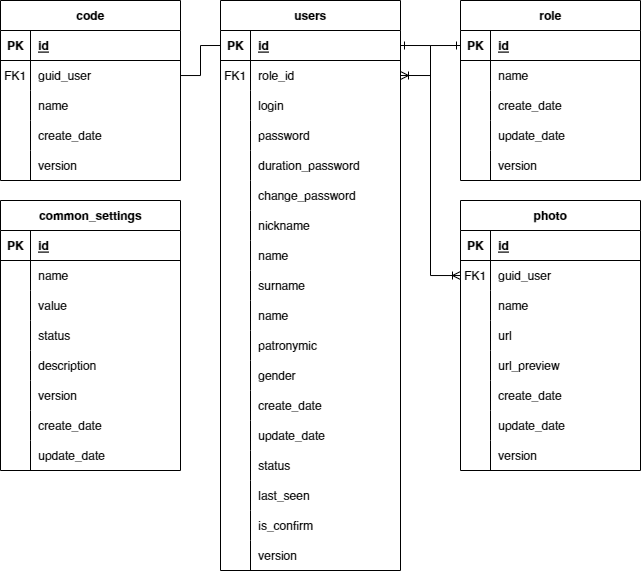
Before: docs/ER-model.png, a diagram exported from draw.io (mektogon/authorization-manager). Source tidied: cells renumbered, new cells last; positions are measured from the earlier drawing's top-left corner, leaving out a move shared by most shapes.
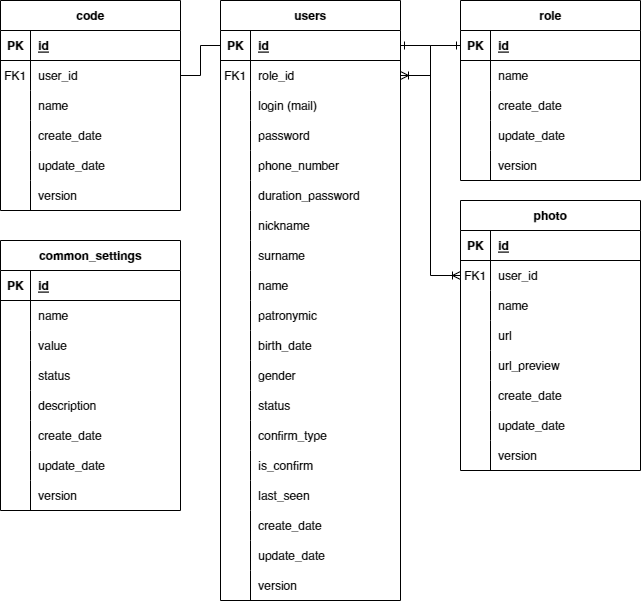
After the change.

What changed in the source:
```diff
@@ -3,7 +3,7 @@
     <mxCell id="0" />
     <mxCell id="1" parent="0" />
     <mxCell id="2" value="users" style="shape=table;startSize=30;rowLines=0;fontStyle=1;align=center;" parent="1" vertex="1">
-      <mxGeometry x="220" width="180" height="570" as="geometry" />
+      <mxGeometry x="220" width="180" height="600" as="geometry" />
     </mxCell>
     <mxCell id="3" style="shape=tableRow;horizontal=0;startSize=0;swimlaneHead=0;swimlaneBody=0;fillColor=none;points=[[0,0.5],[1,0.5]];portConstraint=eastwest;top=0;left=0;right=0;bottom=1;" parent="2" vertex="1">
       <mxGeometry y="30" width="180" height="30" as="geometry" />
@@ -29,7 +29,7 @@
     <mxCell id="10" style="shape=partialRectangle;fillColor=none;top=0;left=0;bottom=0;right=0;overflow=hidden;" parent="9" vertex="1">
       <mxGeometry width="30" height="30" as="geometry" />
     </mxCell>
-    <mxCell id="11" value="login" style="shape=partialRectangle;fillColor=none;top=0;left=0;bottom=0;right=0;align=left;spacingLeft=6;overflow=hidden;" parent="9" vertex="1">
+    <mxCell id="11" value="login (mail)" style="shape=partialRectangle;fillColor=none;top=0;left=0;bottom=0;right=0;align=left;spacingLeft=6;overflow=hidden;" parent="9" vertex="1">
       <mxGeometry x="30" width="150" height="30" as="geometry" />
     </mxCell>
     <mxCell id="12" style="shape=tableRow;horizontal=0;startSize=0;swimlaneHead=0;swimlaneBody=0;fillColor=none;top=0;left=0;right=0;bottom=0;" parent="2" vertex="1">
@@ -41,8 +41,17 @@
     <mxCell id="14" value="password" style="shape=partialRectangle;fillColor=none;top=0;left=0;bottom=0;right=0;align=left;spacingLeft=6;overflow=hidden;" parent="12" vertex="1">
       <mxGeometry x="30" width="150" height="30" as="geometry" />
     </mxCell>
+    <mxCell id="142" style="shape=tableRow;horizontal=0;startSize=0;swimlaneHead=0;swimlaneBody=0;fillColor=none;top=0;left=0;right=0;bottom=0;" parent="2" vertex="1">
+      <mxGeometry y="150" width="180" height="30" as="geometry" />
+    </mxCell>
+    <mxCell id="143" style="shape=partialRectangle;fillColor=none;top=0;left=0;bottom=0;right=0;overflow=hidden;" parent="142" vertex="1">
+      <mxGeometry width="30" height="30" as="geometry" />
+    </mxCell>
+    <mxCell id="144" value="phone_number" style="shape=partialRectangle;fillColor=none;top=0;left=0;bottom=0;right=0;align=left;spacingLeft=6;overflow=hidden;" parent="142" vertex="1">
+      <mxGeometry x="30" width="150" height="30" as="geometry" />
+    </mxCell>
     <mxCell id="15" style="shape=tableRow;horizontal=0;startSize=0;swimlaneHead=0;swimlaneBody=0;fillColor=none;top=0;left=0;right=0;bottom=0;" parent="2" vertex="1">
-      <mxGeometry y="150" width="180" height="30" as="geometry" />
+      <mxGeometry y="180" width="180" height="30" as="geometry" />
     </mxCell>
     <mxCell id="16" style="shape=partialRectangle;fillColor=none;top=0;left=0;bottom=0;right=0;overflow=hidden;" parent="15" vertex="1">
       <mxGeometry width="30" height="30" as="geometry" />
@@ -50,15 +59,6 @@
     <mxCell id="17" value="duration_password" style="shape=partialRectangle;fillColor=none;top=0;left=0;bottom=0;right=0;align=left;spacingLeft=6;overflow=hidden;" parent="15" vertex="1">
       <mxGeometry x="30" width="150" height="30" as="geometry" />
     </mxCell>
-    <mxCell id="18" style="shape=tableRow;horizontal=0;startSize=0;swimlaneHead=0;swimlaneBody=0;fillColor=none;top=0;left=0;right=0;bottom=0;" parent="2" vertex="1">
-      <mxGeometry y="180" width="180" height="30" as="geometry" />
-    </mxCell>
-    <mxCell id="19" style="shape=partialRectangle;fillColor=none;top=0;left=0;bottom=0;right=0;overflow=hidden;" parent="18" vertex="1">
-      <mxGeometry width="30" height="30" as="geometry" />
-    </mxCell>
-    <mxCell id="20" value="change_password" style="shape=partialRectangle;fillColor=none;top=0;left=0;bottom=0;right=0;align=left;spacingLeft=6;overflow=hidden;" parent="18" vertex="1">
-      <mxGeometry x="30" width="150" height="30" as="geometry" />
-    </mxCell>
     <mxCell id="21" style="shape=tableRow;horizontal=0;startSize=0;swimlaneHead=0;swimlaneBody=0;fillColor=none;top=0;left=0;right=0;bottom=0;" parent="2" vertex="1">
       <mxGeometry y="210" width="180" height="30" as="geometry" />
     </mxCell>
@@ -68,17 +68,8 @@
     <mxCell id="23" value="nickname" style="shape=partialRectangle;fillColor=none;top=0;left=0;bottom=0;right=0;align=left;spacingLeft=6;overflow=hidden;" parent="21" vertex="1">
       <mxGeometry x="30" width="150" height="30" as="geometry" />
     </mxCell>
-    <mxCell id="24" style="shape=tableRow;horizontal=0;startSize=0;swimlaneHead=0;swimlaneBody=0;fillColor=none;top=0;left=0;right=0;bottom=0;" parent="2" vertex="1">
-      <mxGeometry y="240" width="180" height="30" as="geometry" />
-    </mxCell>
-    <mxCell id="25" style="shape=partialRectangle;fillColor=none;top=0;left=0;bottom=0;right=0;overflow=hidden;" parent="24" vertex="1">
-      <mxGeometry width="30" height="30" as="geometry" />
-    </mxCell>
-    <mxCell id="26" value="name" style="shape=partialRectangle;fillColor=none;top=0;left=0;bottom=0;right=0;align=left;spacingLeft=6;overflow=hidden;" parent="24" vertex="1">
-      <mxGeometry x="30" width="150" height="30" as="geometry" />
-    </mxCell>
     <mxCell id="27" style="shape=tableRow;horizontal=0;startSize=0;swimlaneHead=0;swimlaneBody=0;fillColor=none;top=0;left=0;right=0;bottom=0;" parent="2" vertex="1">
-      <mxGeometry y="270" width="180" height="30" as="geometry" />
+      <mxGeometry y="240" width="180" height="30" as="geometry" />
     </mxCell>
     <mxCell id="28" style="shape=partialRectangle;fillColor=none;top=0;left=0;bottom=0;right=0;overflow=hidden;" parent="27" vertex="1">
       <mxGeometry width="30" height="30" as="geometry" />
@@ -87,7 +78,7 @@
       <mxGeometry x="30" width="150" height="30" as="geometry" />
     </mxCell>
     <mxCell id="30" style="shape=tableRow;horizontal=0;startSize=0;swimlaneHead=0;swimlaneBody=0;fillColor=none;top=0;left=0;right=0;bottom=0;" parent="2" vertex="1">
-      <mxGeometry y="300" width="180" height="30" as="geometry" />
+      <mxGeometry y="270" width="180" height="30" as="geometry" />
     </mxCell>
     <mxCell id="31" style="shape=partialRectangle;fillColor=none;top=0;left=0;bottom=0;right=0;overflow=hidden;" parent="30" vertex="1">
       <mxGeometry width="30" height="30" as="geometry" />
@@ -96,7 +87,7 @@
       <mxGeometry x="30" width="150" height="30" as="geometry" />
     </mxCell>
     <mxCell id="33" style="shape=tableRow;horizontal=0;startSize=0;swimlaneHead=0;swimlaneBody=0;fillColor=none;top=0;left=0;right=0;bottom=0;" parent="2" vertex="1">
-      <mxGeometry y="330" width="180" height="30" as="geometry" />
+      <mxGeometry y="300" width="180" height="30" as="geometry" />
     </mxCell>
     <mxCell id="34" style="shape=partialRectangle;fillColor=none;top=0;left=0;bottom=0;right=0;overflow=hidden;" parent="33" vertex="1">
       <mxGeometry width="30" height="30" as="geometry" />
@@ -104,6 +95,15 @@
     <mxCell id="35" value="patronymic" style="shape=partialRectangle;fillColor=none;top=0;left=0;bottom=0;right=0;align=left;spacingLeft=6;overflow=hidden;" parent="33" vertex="1">
       <mxGeometry x="30" width="150" height="30" as="geometry" />
     </mxCell>
+    <mxCell id="145" style="shape=tableRow;horizontal=0;startSize=0;swimlaneHead=0;swimlaneBody=0;fillColor=none;top=0;left=0;right=0;bottom=0;" parent="2" vertex="1">
+      <mxGeometry y="330" width="180" height="30" as="geometry" />
+    </mxCell>
+    <mxCell id="146" style="shape=partialRectangle;fillColor=none;top=0;left=0;bottom=0;right=0;overflow=hidden;" parent="145" vertex="1">
+      <mxGeometry width="30" height="30" as="geometry" />
+    </mxCell>
+    <mxCell id="147" value="birth_date" style="shape=partialRectangle;fillColor=none;top=0;left=0;bottom=0;right=0;align=left;spacingLeft=6;overflow=hidden;" parent="145" vertex="1">
+      <mxGeometry x="30" width="150" height="30" as="geometry" />
+    </mxCell>
     <mxCell id="36" style="shape=tableRow;horizontal=0;startSize=0;swimlaneHead=0;swimlaneBody=0;fillColor=none;top=0;left=0;right=0;bottom=0;" parent="2" vertex="1">
       <mxGeometry y="360" width="180" height="30" as="geometry" />
     </mxCell>
@@ -113,8 +113,44 @@
     <mxCell id="38" value="gender" style="shape=partialRectangle;fillColor=none;top=0;left=0;bottom=0;right=0;align=left;spacingLeft=6;overflow=hidden;" parent="36" vertex="1">
       <mxGeometry x="30" width="150" height="30" as="geometry" />
     </mxCell>
+    <mxCell id="45" style="shape=tableRow;horizontal=0;startSize=0;swimlaneHead=0;swimlaneBody=0;fillColor=none;top=0;left=0;right=0;bottom=0;" parent="2" vertex="1">
+      <mxGeometry y="390" width="180" height="30" as="geometry" />
+    </mxCell>
+    <mxCell id="46" style="shape=partialRectangle;fillColor=none;top=0;left=0;bottom=0;right=0;overflow=hidden;" parent="45" vertex="1">
+      <mxGeometry width="30" height="30" as="geometry" />
+    </mxCell>
+    <mxCell id="47" value="status" style="shape=partialRectangle;fillColor=none;top=0;left=0;bottom=0;right=0;align=left;spacingLeft=6;overflow=hidden;" parent="45" vertex="1">
+      <mxGeometry x="30" width="150" height="30" as="geometry" />
+    </mxCell>
+    <mxCell id="148" style="shape=tableRow;horizontal=0;startSize=0;swimlaneHead=0;swimlaneBody=0;fillColor=none;top=0;left=0;right=0;bottom=0;" parent="2" vertex="1">
+      <mxGeometry y="420" width="180" height="30" as="geometry" />
+    </mxCell>
+    <mxCell id="149" style="shape=partialRectangle;fillColor=none;top=0;left=0;bottom=0;right=0;overflow=hidden;" parent="148" vertex="1">
+      <mxGeometry width="30" height="30" as="geometry" />
+    </mxCell>
+    <mxCell id="150" value="confirm_type" style="shape=partialRectangle;fillColor=none;top=0;left=0;bottom=0;right=0;align=left;spacingLeft=6;overflow=hidden;" parent="148" vertex="1">
+      <mxGeometry x="30" width="150" height="30" as="geometry" />
+    </mxCell>
+    <mxCell id="51" style="shape=tableRow;horizontal=0;startSize=0;swimlaneHead=0;swimlaneBody=0;fillColor=none;top=0;left=0;right=0;bottom=0;" parent="2" vertex="1">
+      <mxGeometry y="450" width="180" height="30" as="geometry" />
+    </mxCell>
+    <mxCell id="52" style="shape=partialRectangle;fillColor=none;top=0;left=0;bottom=0;right=0;overflow=hidden;" parent="51" vertex="1">
+      <mxGeometry width="30" height="30" as="geometry" />
+    </mxCell>
+    <mxCell id="53" value="is_confirm" style="shape=partialRectangle;fillColor=none;top=0;left=0;bottom=0;right=0;align=left;spacingLeft=6;overflow=hidden;" parent="51" vertex="1">
+      <mxGeometry x="30" width="150" height="30" as="geometry" />
+    </mxCell>
+    <mxCell id="48" style="shape=tableRow;horizontal=0;startSize=0;swimlaneHead=0;swimlaneBody=0;fillColor=none;top=0;left=0;right=0;bottom=0;" parent="2" vertex="1">
+      <mxGeometry y="480" width="180" height="30" as="geometry" />
+    </mxCell>
+    <mxCell id="49" style="shape=partialRectangle;fillColor=none;top=0;left=0;bottom=0;right=0;overflow=hidden;" parent="48" vertex="1">
+      <mxGeometry width="30" height="30" as="geometry" />
+    </mxCell>
+    <mxCell id="50" value="last_seen" style="shape=partialRectangle;fillColor=none;top=0;left=0;bottom=0;right=0;align=left;spacingLeft=6;overflow=hidden;" parent="48" vertex="1">
+      <mxGeometry x="30" width="150" height="30" as="geometry" />
+    </mxCell>
     <mxCell id="39" style="shape=tableRow;horizontal=0;startSize=0;swimlaneHead=0;swimlaneBody=0;fillColor=none;top=0;left=0;right=0;bottom=0;" parent="2" vertex="1">
-      <mxGeometry y="390" width="180" height="30" as="geometry" />
+      <mxGeometry y="510" width="180" height="30" as="geometry" />
     </mxCell>
     <mxCell id="40" style="shape=partialRectangle;fillColor=none;top=0;left=0;bottom=0;right=0;overflow=hidden;" parent="39" vertex="1">
       <mxGeometry width="30" height="30" as="geometry" />
@@ -123,7 +159,7 @@
       <mxGeometry x="30" width="150" height="30" as="geometry" />
     </mxCell>
     <mxCell id="42" style="shape=tableRow;horizontal=0;startSize=0;swimlaneHead=0;swimlaneBody=0;fillColor=none;top=0;left=0;right=0;bottom=0;" parent="2" vertex="1">
-      <mxGeometry y="420" width="180" height="30" as="geometry" />
+      <mxGeometry y="540" width="180" height="30" as="geometry" />
     </mxCell>
     <mxCell id="43" style="shape=partialRectangle;fillColor=none;top=0;left=0;bottom=0;right=0;overflow=hidden;" parent="42" vertex="1">
       <mxGeometry width="30" height="30" as="geometry" />
@@ -131,35 +167,8 @@
     <mxCell id="44" value="update_date" style="shape=partialRectangle;fillColor=none;top=0;left=0;bottom=0;right=0;align=left;spacingLeft=6;overflow=hidden;" parent="42" vertex="1">
       <mxGeometry x="30" width="150" height="30" as="geometry" />
     </mxCell>
-    <mxCell id="45" style="shape=tableRow;horizontal=0;startSize=0;swimlaneHead=0;swimlaneBody=0;fillColor=none;top=0;left=0;right=0;bottom=0;" parent="2" vertex="1">
-      <mxGeometry y="450" width="180" height="30" as="geometry" />
-    </mxCell>
-    <mxCell id="46" style="shape=partialRectangle;fillColor=none;top=0;left=0;bottom=0;right=0;overflow=hidden;" parent="45" vertex="1">
-      <mxGeometry width="30" height="30" as="geometry" />
-    </mxCell>
-    <mxCell id="47" value="status" style="shape=partialRectangle;fillColor=none;top=0;left=0;bottom=0;right=0;align=left;spacingLeft=6;overflow=hidden;" parent="45" vertex="1">
-      <mxGeometry x="30" width="150" height="30" as="geometry" />
-    </mxCell>
-    <mxCell id="48" style="shape=tableRow;horizontal=0;startSize=0;swimlaneHead=0;swimlaneBody=0;fillColor=none;top=0;left=0;right=0;bottom=0;" parent="2" vertex="1">
-      <mxGeometry y="480" width="180" height="30" as="geometry" />
-    </mxCell>
-    <mxCell id="49" style="shape=partialRectangle;fillColor=none;top=0;left=0;bottom=0;right=0;overflow=hidden;" parent="48" vertex="1">
-      <mxGeometry width="30" height="30" as="geometry" />
-    </mxCell>
-    <mxCell id="50" value="last_seen" style="shape=partialRectangle;fillColor=none;top=0;left=0;bottom=0;right=0;align=left;spacingLeft=6;overflow=hidden;" parent="48" vertex="1">
-      <mxGeometry x="30" width="150" height="30" as="geometry" />
-    </mxCell>
-    <mxCell id="51" style="shape=tableRow;horizontal=0;startSize=0;swimlaneHead=0;swimlaneBody=0;fillColor=none;top=0;left=0;right=0;bottom=0;" parent="2" vertex="1">
-      <mxGeometry y="510" width="180" height="30" as="geometry" />
-    </mxCell>
-    <mxCell id="52" style="shape=partialRectangle;fillColor=none;top=0;left=0;bottom=0;right=0;overflow=hidden;" parent="51" vertex="1">
-      <mxGeometry width="30" height="30" as="geometry" />
-    </mxCell>
-    <mxCell id="53" value="is_confirm" style="shape=partialRectangle;fillColor=none;top=0;left=0;bottom=0;right=0;align=left;spacingLeft=6;overflow=hidden;" parent="51" vertex="1">
-      <mxGeometry x="30" width="150" height="30" as="geometry" />
-    </mxCell>
     <mxCell id="54" style="shape=tableRow;horizontal=0;startSize=0;swimlaneHead=0;swimlaneBody=0;fillColor=none;top=0;left=0;right=0;bottom=0;" parent="2" vertex="1">
-      <mxGeometry y="540" width="180" height="30" as="geometry" />
+      <mxGeometry y="570" width="180" height="30" as="geometry" />
     </mxCell>
     <mxCell id="55" style="shape=partialRectangle;fillColor=none;top=0;left=0;bottom=0;right=0;overflow=hidden;" parent="54" vertex="1">
       <mxGeometry width="30" height="30" as="geometry" />
@@ -219,7 +228,7 @@
       <mxGeometry relative="1" as="geometry" />
     </mxCell>
     <mxCell id="74" value="code" style="shape=table;startSize=30;rowLines=0;fontStyle=1;align=center;" parent="1" vertex="1">
-      <mxGeometry width="180" height="180" as="geometry" />
+      <mxGeometry width="180" height="210" as="geometry" />
     </mxCell>
     <mxCell id="75" style="shape=tableRow;horizontal=0;startSize=0;swimlaneHead=0;swimlaneBody=0;fillColor=none;top=0;left=0;right=0;bottom=1;" parent="74" vertex="1">
       <mxGeometry y="30" width="180" height="30" as="geometry" />
@@ -236,7 +245,7 @@
     <mxCell id="79" value="FK1" style="shape=partialRectangle;fillColor=none;top=0;left=0;bottom=0;right=0;overflow=hidden;" parent="78" vertex="1">
       <mxGeometry width="30" height="30" as="geometry" />
     </mxCell>
-    <mxCell id="80" value="guid_user" style="shape=partialRectangle;fillColor=none;top=0;left=0;bottom=0;right=0;align=left;spacingLeft=6;overflow=hidden;" parent="78" vertex="1">
+    <mxCell id="80" value="user_id" style="shape=partialRectangle;fillColor=none;top=0;left=0;bottom=0;right=0;align=left;spacingLeft=6;overflow=hidden;" parent="78" vertex="1">
       <mxGeometry x="30" width="150" height="30" as="geometry" />
     </mxCell>
     <mxCell id="81" style="shape=tableRow;horizontal=0;startSize=0;swimlaneHead=0;swimlaneBody=0;fillColor=none;top=0;left=0;right=0;bottom=0;" parent="74" vertex="1">
@@ -257,8 +266,17 @@
     <mxCell id="86" value="create_date" style="shape=partialRectangle;fillColor=none;top=0;left=0;bottom=0;right=0;align=left;spacingLeft=6;overflow=hidden;" parent="84" vertex="1">
       <mxGeometry x="30" width="150" height="30" as="geometry" />
     </mxCell>
+    <mxCell id="151" style="shape=tableRow;horizontal=0;startSize=0;swimlaneHead=0;swimlaneBody=0;fillColor=none;top=0;left=0;right=0;bottom=0;" parent="74" vertex="1">
+      <mxGeometry y="150" width="180" height="30" as="geometry" />
+    </mxCell>
+    <mxCell id="152" style="shape=partialRectangle;fillColor=none;top=0;left=0;bottom=0;right=0;overflow=hidden;" parent="151" vertex="1">
+      <mxGeometry width="30" height="30" as="geometry" />
+    </mxCell>
+    <mxCell id="153" value="update_date" style="shape=partialRectangle;fillColor=none;top=0;left=0;bottom=0;right=0;align=left;spacingLeft=6;overflow=hidden;" parent="151" vertex="1">
+      <mxGeometry x="30" width="150" height="30" as="geometry" />
+    </mxCell>
     <mxCell id="87" style="shape=tableRow;horizontal=0;startSize=0;swimlaneHead=0;swimlaneBody=0;fillColor=none;top=0;left=0;right=0;bottom=0;" parent="74" vertex="1">
-      <mxGeometry y="150" width="180" height="30" as="geometry" />
+      <mxGeometry y="180" width="180" height="30" as="geometry" />
     </mxCell>
     <mxCell id="88" style="shape=partialRectangle;fillColor=none;top=0;left=0;bottom=0;right=0;overflow=hidden;" parent="87" vertex="1">
       <mxGeometry width="30" height="30" as="geometry" />
@@ -287,7 +305,7 @@
     <mxCell id="96" value="FK1" style="shape=partialRectangle;fillColor=none;top=0;left=0;bottom=0;right=0;overflow=hidden;" parent="95" vertex="1">
       <mxGeometry width="30" height="30" as="geometry" />
     </mxCell>
-    <mxCell id="97" value="guid_user" style="shape=partialRectangle;fillColor=none;top=0;left=0;bottom=0;right=0;align=left;spacingLeft=6;overflow=hidden;" parent="95" vertex="1">
+    <mxCell id="97" value="user_id" style="shape=partialRectangle;fillColor=none;top=0;left=0;bottom=0;right=0;align=left;spacingLeft=6;overflow=hidden;" parent="95" vertex="1">
       <mxGeometry x="30" width="150" height="30" as="geometry" />
     </mxCell>
     <mxCell id="98" style="shape=tableRow;horizontal=0;startSize=0;swimlaneHead=0;swimlaneBody=0;fillColor=none;top=0;left=0;right=0;bottom=0;" parent="91" vertex="1">
@@ -348,7 +366,7 @@
       <mxGeometry relative="1" as="geometry" />
     </mxCell>
     <mxCell id="117" value="common_settings" style="shape=table;startSize=30;rowLines=0;fontStyle=1;align=center;" parent="1" vertex="1">
-      <mxGeometry y="200" width="180" height="270" as="geometry" />
+      <mxGeometry y="240" width="180" height="270" as="geometry" />
     </mxCell>
     <mxCell id="118" style="shape=tableRow;horizontal=0;startSize=0;swimlaneHead=0;swimlaneBody=0;fillColor=none;top=0;left=0;right=0;bottom=1;" parent="117" vertex="1">
       <mxGeometry y="30" width="180" height="30" as="geometry" />
@@ -395,17 +413,8 @@
     <mxCell id="132" value="description" style="shape=partialRectangle;fillColor=none;top=0;left=0;bottom=0;right=0;align=left;spacingLeft=6;overflow=hidden;" parent="130" vertex="1">
       <mxGeometry x="30" width="150" height="30" as="geometry" />
     </mxCell>
-    <mxCell id="133" style="shape=tableRow;horizontal=0;startSize=0;swimlaneHead=0;swimlaneBody=0;fillColor=none;top=0;left=0;right=0;bottom=0;" parent="117" vertex="1">
-      <mxGeometry y="180" width="180" height="30" as="geometry" />
-    </mxCell>
-    <mxCell id="134" style="shape=partialRectangle;fillColor=none;top=0;left=0;bottom=0;right=0;overflow=hidden;" parent="133" vertex="1">
-      <mxGeometry width="30" height="30" as="geometry" />
-    </mxCell>
-    <mxCell id="135" value="version" style="shape=partialRectangle;fillColor=none;top=0;left=0;bottom=0;right=0;align=left;spacingLeft=6;overflow=hidden;" parent="133" vertex="1">
-      <mxGeometry x="30" width="150" height="30" as="geometry" />
-    </mxCell>
     <mxCell id="136" style="shape=tableRow;horizontal=0;startSize=0;swimlaneHead=0;swimlaneBody=0;fillColor=none;top=0;left=0;right=0;bottom=0;" parent="117" vertex="1">
-      <mxGeometry y="210" width="180" height="30" as="geometry" />
+      <mxGeometry y="180" width="180" height="30" as="geometry" />
     </mxCell>
     <mxCell id="137" style="shape=partialRectangle;fillColor=none;top=0;left=0;bottom=0;right=0;overflow=hidden;" parent="136" vertex="1">
       <mxGeometry width="30" height="30" as="geometry" />
@@ -414,7 +423,7 @@
       <mxGeometry x="30" width="150" height="30" as="geometry" />
     </mxCell>
     <mxCell id="139" style="shape=tableRow;horizontal=0;startSize=0;swimlaneHead=0;swimlaneBody=0;fillColor=none;top=0;left=0;right=0;bottom=0;" parent="117" vertex="1">
-      <mxGeometry y="240" width="180" height="30" as="geometry" />
+      <mxGeometry y="210" width="180" height="30" as="geometry" />
     </mxCell>
     <mxCell id="140" style="shape=partialRectangle;fillColor=none;top=0;left=0;bottom=0;right=0;overflow=hidden;" parent="139" vertex="1">
       <mxGeometry width="30" height="30" as="geometry" />
@@ -422,5 +431,20 @@
     <mxCell id="141" value="update_date" style="shape=partialRectangle;fillColor=none;top=0;left=0;bottom=0;right=0;align=left;spacingLeft=6;overflow=hidden;" parent="139" vertex="1">
       <mxGeometry x="30" width="150" height="30" as="geometry" />
     </mxCell>
+    <mxCell id="133" style="shape=tableRow;horizontal=0;startSize=0;swimlaneHead=0;swimlaneBody=0;fillColor=none;top=0;left=0;right=0;bottom=0;" parent="117" vertex="1">
+      <mxGeometry y="240" width="180" height="30" as="geometry" />
+    </mxCell>
+    <mxCell id="134" style="shape=partialRectangle;fillColor=none;top=0;left=0;bottom=0;right=0;overflow=hidden;" parent="133" vertex="1">
+      <mxGeometry width="30" height="30" as="geometry" />
+    </mxCell>
+    <mxCell id="135" value="version" style="shape=partialRectangle;fillColor=none;top=0;left=0;bottom=0;right=0;align=left;spacingLeft=6;overflow=hidden;" parent="133" vertex="1">
+      <mxGeometry x="30" width="150" height="30" as="geometry" />
+    </mxCell>
+    <mxCell id="154" style="shape=tableRow;horizontal=0;startSize=0;swimlaneHead=0;swimlaneBody=0;fillColor=none;top=0;left=0;right=0;bottom=0;" parent="1" vertex="1">
+      <mxGeometry x="230" y="430" width="180" height="30" as="geometry" />
+    </mxCell>
+    <mxCell id="155" style="shape=partialRectangle;fillColor=none;top=0;left=0;bottom=0;right=0;overflow=hidden;" parent="154" vertex="1">
+      <mxGeometry width="30" height="30" as="geometry" />
+    </mxCell>
   </root>
 </mxGraphModel>
```
